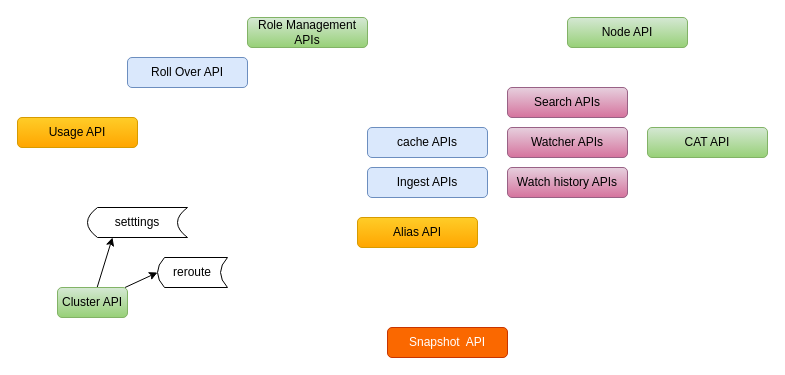
This is page "Administration APIs" (2 of 4) of My Articles/elastic stack/ES REST APIs.drawio from paramothers/books, a draw.io file, before an edit. Source tidied: cells renumbered, new cells numbered last; positions are measured from the earlier drawing's top-left corner, leaving out a move shared by most shapes. Both pictures are drawn from the tidied source at 100%, with x=0, y=0 at pixel (17, 17).
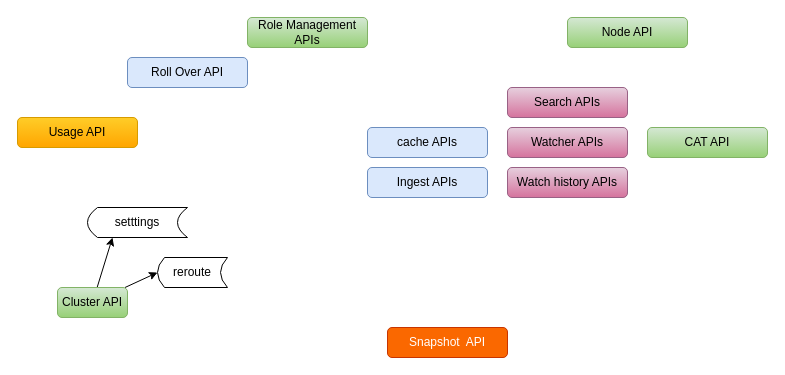
The same page after the edit.

The edit, as a diff of the source:
```diff
@@
 <mxGraphModel>
   <root>
     <mxCell id="0" />
     <mxCell id="1" parent="0" />
     <mxCell id="2" value="Node API" style="rounded=1;whiteSpace=wrap;html=1;gradientColor=#97d077;fillColor=#d5e8d4;strokeColor=#82b366;" parent="1" vertex="1">
       <mxGeometry x="550" width="120" height="30" as="geometry" />
     </mxCell>
     <mxCell id="3" value="Snapshot&amp;nbsp; API" style="rounded=1;whiteSpace=wrap;html=1;fillColor=#fa6800;strokeColor=#C73500;fontColor=#ffffff;" parent="1" vertex="1">
       <mxGeometry x="370" y="310" width="120" height="30" as="geometry" />
     </mxCell>
     <mxCell id="4" value="Role Management APIs" style="rounded=1;whiteSpace=wrap;html=1;gradientColor=#97d077;fillColor=#d5e8d4;strokeColor=#82b366;" parent="1" vertex="1">
       <mxGeometry x="230" width="120" height="30" as="geometry" />
     </mxCell>
     <mxCell id="5" value="Roll Over API" style="rounded=1;whiteSpace=wrap;html=1;fillColor=#dae8fc;strokeColor=#6c8ebf;" parent="1" vertex="1">
       <mxGeometry x="110" y="40" width="120" height="30" as="geometry" />
     </mxCell>
     <mxCell id="6" value="Usage API" style="rounded=1;whiteSpace=wrap;html=1;gradientColor=#ffa500;fillColor=#ffcd28;strokeColor=#d79b00;" parent="1" vertex="1">
       <mxGeometry y="100" width="120" height="30" as="geometry" />
     </mxCell>
     <mxCell id="7" style="edgeStyle=none;rounded=0;jettySize=auto;html=1;entryX=0.25;entryY=1;entryDx=0;entryDy=0;" parent="1" edge="1" source="9" target="10">
       <mxGeometry relative="1" as="geometry" />
     </mxCell>
     <mxCell id="8" style="edgeStyle=none;rounded=0;jettySize=auto;html=1;entryX=0;entryY=0.5;entryDx=0;entryDy=0;" parent="1" edge="1" source="9" target="11">
       <mxGeometry relative="1" as="geometry" />
     </mxCell>
     <mxCell id="9" value="Cluster API" style="rounded=1;whiteSpace=wrap;html=1;fillColor=#d5e8d4;strokeColor=#82b366;gradientColor=#97d077;" parent="1" vertex="1">
       <mxGeometry x="40" y="270" width="70" height="30" as="geometry" />
     </mxCell>
     <mxCell id="10" value="setttings" style="shape=dataStorage;whiteSpace=wrap;html=1;" parent="1" vertex="1">
       <mxGeometry x="70" y="190" width="100" height="30" as="geometry" />
     </mxCell>
     <mxCell id="11" value="reroute" style="shape=dataStorage;whiteSpace=wrap;html=1;" parent="1" vertex="1">
       <mxGeometry x="140" y="240" width="70" height="30" as="geometry" />
     </mxCell>
     <mxCell id="12" value="CAT API" style="rounded=1;whiteSpace=wrap;html=1;gradientColor=#97d077;fillColor=#d5e8d4;strokeColor=#82b366;" parent="1" vertex="1">
       <mxGeometry x="630" y="110" width="120" height="30" as="geometry" />
     </mxCell>
     <mxCell id="13" value="Search APIs" style="rounded=1;whiteSpace=wrap;html=1;fillColor=#e6d0de;strokeColor=#996185;gradientColor=#d5739d;" parent="1" vertex="1">
       <mxGeometry x="490" y="70" width="120" height="30" as="geometry" />
     </mxCell>
     <mxCell id="14" value="Ingest APIs" style="rounded=1;whiteSpace=wrap;html=1;fillColor=#dae8fc;strokeColor=#6c8ebf;" parent="1" vertex="1">
       <mxGeometry x="350" y="150" width="120" height="30" as="geometry" />
     </mxCell>
-    <mxCell id="15" value="Alias API" style="rounded=1;whiteSpace=wrap;html=1;gradientColor=#ffa500;fillColor=#ffcd28;strokeColor=#d79b00;" parent="1" vertex="1">
-      <mxGeometry x="340" y="200" width="120" height="30" as="geometry" />
-    </mxCell>
     <mxCell id="16" value="Watcher APIs" style="rounded=1;whiteSpace=wrap;html=1;fillColor=#e6d0de;strokeColor=#996185;gradientColor=#d5739d;" parent="1" vertex="1">
       <mxGeometry x="490" y="110" width="120" height="30" as="geometry" />
     </mxCell>
     <mxCell id="17" value="Watch history APIs" style="rounded=1;whiteSpace=wrap;html=1;fillColor=#e6d0de;strokeColor=#996185;gradientColor=#d5739d;" parent="1" vertex="1">
       <mxGeometry x="490" y="150" width="120" height="30" as="geometry" />
     </mxCell>
     <mxCell id="18" value="cache APIs" style="rounded=1;whiteSpace=wrap;html=1;fillColor=#dae8fc;strokeColor=#6c8ebf;" parent="1" vertex="1">
       <mxGeometry x="350" y="110" width="120" height="30" as="geometry" />
     </mxCell>
   </root>
 </mxGraphModel>
```
